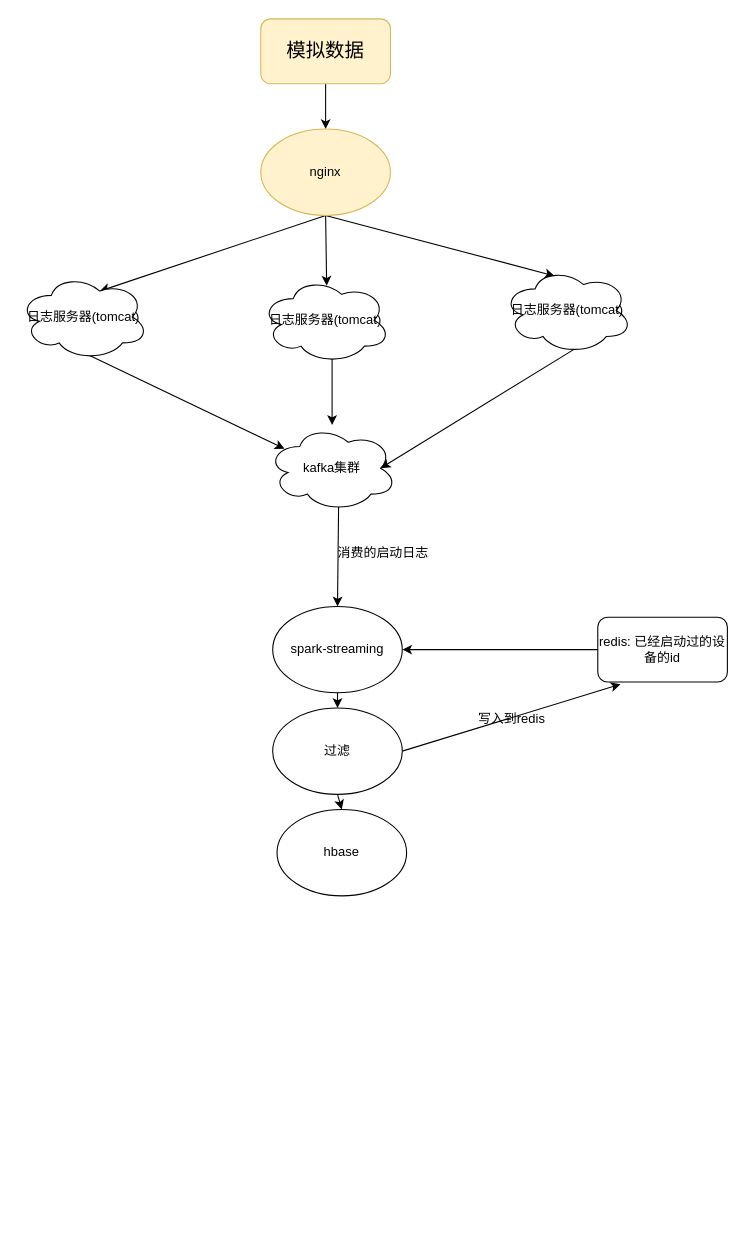
Earlier version of the draw.io diagram page "第 1 页" (1 of 3) of 笔记/绘图.drawio (zhenchao125/gmall1128). Source tidied: cells renumbered, new cells numbered last; positions are measured from the earlier drawing's top-left corner, leaving out a move shared by most shapes. Both pictures are drawn from the tidied source at 108%, with x=0, y=0 at pixel (18, 18).
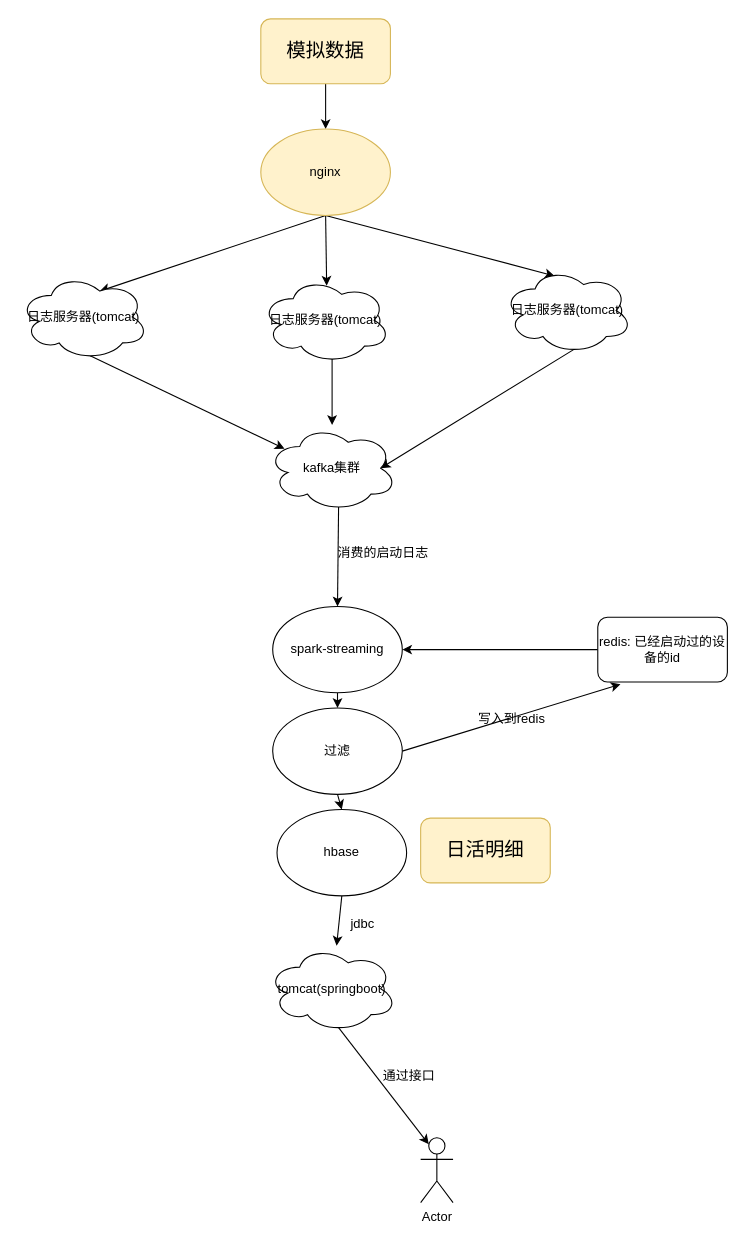
Above is the later version.

The change refers to these unchanged cells:
```xml
<mxCell id="24" value="hbase" style="ellipse;whiteSpace=wrap;html=1;" parent="1" vertex="1">
  <mxGeometry x="239" y="732" width="120" height="80" as="geometry" />
</mxCell>
```

The edit, as a diff of the source:
```diff
@@
+    <mxCell id="26" style="edgeStyle=none;rounded=0;jettySize=auto;html=1;exitX=0.5;exitY=1;exitDx=0;exitDy=0;" parent="1" edge="1" source="24" target="30">
+      <mxGeometry relative="1" as="geometry" />
+    </mxCell>
@@
+    <mxCell id="27" value="&lt;font style=&quot;font-size: 18px&quot;&gt;日活明细&lt;/font&gt;" style="rounded=1;whiteSpace=wrap;html=1;fillColor=#fff2cc;strokeColor=#d6b656;" parent="1" vertex="1">
+      <mxGeometry x="372" y="740" width="120" height="60" as="geometry" />
+    </mxCell>
+    <mxCell id="28" value="Actor" style="shape=umlActor;verticalLabelPosition=bottom;labelBackgroundColor=#ffffff;verticalAlign=top;html=1;outlineConnect=0;" parent="1" vertex="1">
+      <mxGeometry x="372" y="1036" width="30" height="60" as="geometry" />
+    </mxCell>
+    <mxCell id="29" style="edgeStyle=none;rounded=0;jettySize=auto;html=1;exitX=0.55;exitY=0.95;exitDx=0;exitDy=0;exitPerimeter=0;entryX=0.25;entryY=0.1;entryDx=0;entryDy=0;entryPerimeter=0;" parent="1" edge="1" source="30" target="28">
+      <mxGeometry relative="1" as="geometry" />
+    </mxCell>
+    <mxCell id="30" value="tomcat(springboot)" style="ellipse;shape=cloud;whiteSpace=wrap;html=1;" parent="1" vertex="1">
+      <mxGeometry x="230" y="858" width="120" height="80" as="geometry" />
+    </mxCell>
+    <mxCell id="31" value="jdbc" style="text;html=1;align=center;verticalAlign=middle;" parent="1" vertex="1">
+      <mxGeometry x="302" y="829" width="32" height="18" as="geometry" />
+    </mxCell>
+    <mxCell id="32" value="通过接口" style="text;html=1;align=center;verticalAlign=middle;" parent="1" vertex="1">
+      <mxGeometry x="332" y="970" width="58" height="18" as="geometry" />
+    </mxCell>
```
